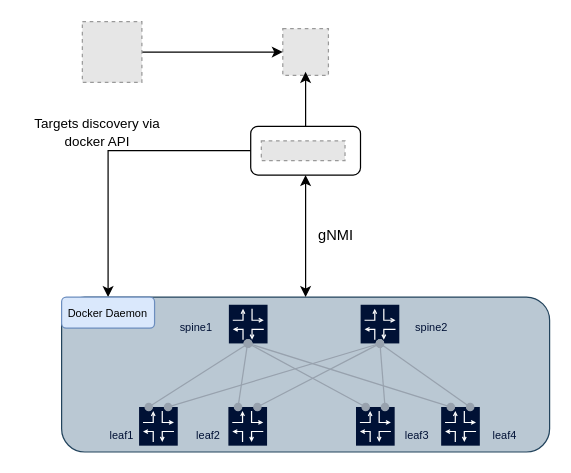
karimra/gnmic keeps this draw.io diagram as page "3.single_influxdb" (3 of 5) of diagrams/clab_deployments.drawio. Above is the earlier version. Source tidied: cells renumbered, new cells numbered last; positions are measured from the earlier drawing's top-left corner, leaving out a move shared by most shapes. Both pictures are drawn from the tidied source at 122%, with x=0, y=0 at pixel (21, 21). Pictures stored in the file or linked from it are replaced by grey dashed boxes.
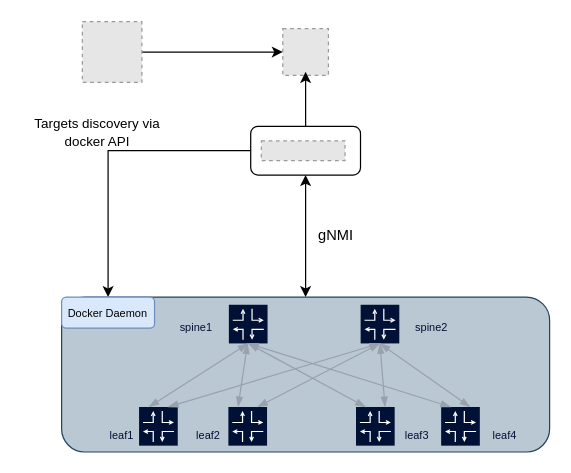
After the change.

Unchanged cells that the change refers to:
```xml
<mxCell id="11" style="group;" parent="1" vertex="1">
  <mxGeometry x="33" y="226" width="400" height="127" as="geometry" />
</mxCell>
<mxCell id="15" style="whiteSpace=wrap;html=1;fillColor=#001135;strokeColor=none;fontFamily=Manrope;" parent="14" vertex="1">
  <mxGeometry width="31.7" height="31.7" as="geometry" />
</mxCell>
<mxCell id="23" style="whiteSpace=wrap;html=1;fillColor=#001135;strokeColor=none;fontFamily=Manrope;" parent="22" vertex="1">
  <mxGeometry width="31.7" height="31.7" as="geometry" />
</mxCell>
<mxCell id="32" style="whiteSpace=wrap;html=1;fillColor=#001135;strokeColor=none;fontFamily=Manrope;" parent="31" vertex="1">
  <mxGeometry width="31.7" height="31.7" as="geometry" />
</mxCell>
<mxCell id="40" style="whiteSpace=wrap;html=1;fillColor=#001135;strokeColor=none;fontFamily=Manrope;" parent="39" vertex="1">
  <mxGeometry width="31.7" height="31.7" as="geometry" />
</mxCell>
<mxCell id="50" style="whiteSpace=wrap;html=1;fillColor=#001135;strokeColor=none;fontFamily=Manrope;" parent="49" vertex="1">
  <mxGeometry width="31.7" height="31.7" as="geometry" />
</mxCell>
<mxCell id="58" style="whiteSpace=wrap;html=1;fillColor=#001135;strokeColor=none;fontFamily=Manrope;" parent="57" vertex="1">
  <mxGeometry width="31.7" height="31.7" as="geometry" />
</mxCell>
```

The edit, as a diff of the source:
```diff
@@
-    <mxCell id="37" style="rounded=0;jettySize=auto;html=1;fontFamily=Manrope;fontSize=12;fontColor=#FFFFFF;endArrow=oval;endFill=1;startArrow=oval;startFill=1;entryX=0.25;entryY=0;entryDx=0;entryDy=0;strokeColor=#98A2AE;" parent="11" edge="1" target="23">
+    <mxCell id="37" style="rounded=0;jettySize=auto;html=1;fontFamily=Manrope;fontSize=12;fontColor=#FFFFFF;endArrow=blockThin;endFill=1;startArrow=blockThin;startFill=1;entryX=0.25;entryY=0;entryDx=0;entryDy=0;strokeColor=#98A2AE;" parent="11" edge="1" target="23">
       <mxGeometry relative="1" as="geometry">
         <mxPoint x="152.4" y="38.1" as="sourcePoint" />
       </mxGeometry>
     </mxCell>
-    <mxCell id="38" style="rounded=0;jettySize=auto;html=1;fontFamily=Manrope;fontSize=12;fontColor=#FFFFFF;endArrow=oval;endFill=1;startArrow=oval;startFill=1;entryX=0.25;entryY=0;entryDx=0;entryDy=0;strokeColor=#98A2AE;endSize=6;startSize=6;exitX=0.5;exitY=1;exitDx=0;exitDy=0;" parent="11" edge="1" source="32" target="15">
+    <mxCell id="38" style="rounded=0;jettySize=auto;html=1;fontFamily=Manrope;fontSize=12;fontColor=#FFFFFF;endArrow=blockThin;endFill=1;startArrow=blockThin;startFill=1;entryX=0.25;entryY=0;entryDx=0;entryDy=0;strokeColor=#98A2AE;endSize=6;startSize=6;exitX=0.5;exitY=1;exitDx=0;exitDy=0;" parent="11" edge="1" source="32" target="15">
       <mxGeometry relative="1" as="geometry" />
     </mxCell>
@@
-    <mxCell id="46" style="rounded=0;jettySize=auto;html=1;fontFamily=Manrope;fontSize=12;fontColor=#FFFFFF;endArrow=oval;endFill=1;startArrow=oval;startFill=1;entryX=0.75;entryY=0;entryDx=0;entryDy=0;strokeColor=#98A2AE;endSize=6;startSize=6;exitX=0.5;exitY=1;exitDx=0;exitDy=0;" parent="11" edge="1" source="40" target="15">
+    <mxCell id="46" style="rounded=0;jettySize=auto;html=1;fontFamily=Manrope;fontSize=12;fontColor=#FFFFFF;endArrow=blockThin;endFill=1;startArrow=blockThin;startFill=1;entryX=0.75;entryY=0;entryDx=0;entryDy=0;strokeColor=#98A2AE;endSize=6;startSize=6;exitX=0.5;exitY=1;exitDx=0;exitDy=0;" parent="11" edge="1" source="40" target="15">
       <mxGeometry relative="1" as="geometry" />
     </mxCell>
-    <mxCell id="47" style="rounded=0;jettySize=auto;html=1;fontFamily=Manrope;fontSize=12;fontColor=#FFFFFF;endArrow=oval;endFill=1;startArrow=oval;startFill=1;entryX=0.75;entryY=0;entryDx=0;entryDy=0;exitX=0.5;exitY=1;exitDx=0;exitDy=0;strokeColor=#98A2AE;" parent="11" edge="1" source="40" target="23">
+    <mxCell id="47" style="rounded=0;jettySize=auto;html=1;fontFamily=Manrope;fontSize=12;fontColor=#FFFFFF;endArrow=blockThin;endFill=1;startArrow=blockThin;startFill=1;entryX=0.75;entryY=0;entryDx=0;entryDy=0;exitX=0.5;exitY=1;exitDx=0;exitDy=0;strokeColor=#98A2AE;" parent="11" edge="1" source="40" target="23">
       <mxGeometry relative="1" as="geometry" />
     </mxCell>
@@
-    <mxCell id="64" style="rounded=0;jettySize=auto;html=1;fontFamily=Manrope;fontSize=12;fontColor=#FFFFFF;endArrow=oval;endFill=1;startArrow=oval;startFill=1;entryX=0.25;entryY=0;entryDx=0;entryDy=0;strokeColor=#98A2AE;exitX=0.5;exitY=1;exitDx=0;exitDy=0;" parent="11" edge="1" source="32" target="58">
+    <mxCell id="64" style="rounded=0;jettySize=auto;html=1;fontFamily=Manrope;fontSize=12;fontColor=#FFFFFF;endArrow=blockThin;endFill=1;startArrow=blockThin;startFill=1;entryX=0.25;entryY=0;entryDx=0;entryDy=0;strokeColor=#98A2AE;exitX=0.5;exitY=1;exitDx=0;exitDy=0;" parent="11" edge="1" source="32" target="58">
       <mxGeometry relative="1" as="geometry" />
     </mxCell>
-    <mxCell id="65" style="rounded=0;jettySize=auto;html=1;fontFamily=Manrope;fontSize=12;fontColor=#FFFFFF;endArrow=oval;endFill=1;startArrow=oval;startFill=1;entryX=0.25;entryY=0;entryDx=0;entryDy=0;strokeColor=#98A2AE;endSize=6;startSize=6;exitX=0.5;exitY=1;exitDx=0;exitDy=0;" parent="11" edge="1" source="32" target="50">
+    <mxCell id="65" style="rounded=0;jettySize=auto;html=1;fontFamily=Manrope;fontSize=12;fontColor=#FFFFFF;endArrow=blockThin;endFill=1;startArrow=blockThin;startFill=1;entryX=0.25;entryY=0;entryDx=0;entryDy=0;strokeColor=#98A2AE;endSize=6;startSize=6;exitX=0.5;exitY=1;exitDx=0;exitDy=0;" parent="11" edge="1" source="32" target="50">
       <mxGeometry relative="1" as="geometry" />
     </mxCell>
-    <mxCell id="66" style="rounded=0;jettySize=auto;html=1;fontFamily=Manrope;fontSize=12;fontColor=#FFFFFF;endArrow=oval;endFill=1;startArrow=oval;startFill=1;entryX=0.75;entryY=0;entryDx=0;entryDy=0;strokeColor=#98A2AE;endSize=6;startSize=6;exitX=0.5;exitY=1;exitDx=0;exitDy=0;" parent="11" edge="1" source="40" target="50">
+    <mxCell id="66" style="rounded=0;jettySize=auto;html=1;fontFamily=Manrope;fontSize=12;fontColor=#FFFFFF;endArrow=blockThin;endFill=1;startArrow=blockThin;startFill=1;entryX=0.75;entryY=0;entryDx=0;entryDy=0;strokeColor=#98A2AE;endSize=6;startSize=6;exitX=0.5;exitY=1;exitDx=0;exitDy=0;" parent="11" edge="1" source="40" target="50">
       <mxGeometry relative="1" as="geometry" />
     </mxCell>
-    <mxCell id="67" style="rounded=0;jettySize=auto;html=1;fontFamily=Manrope;fontSize=12;fontColor=#FFFFFF;endArrow=oval;endFill=1;startArrow=oval;startFill=1;entryX=0.75;entryY=0;entryDx=0;entryDy=0;exitX=0.5;exitY=1;exitDx=0;exitDy=0;strokeColor=#98A2AE;" parent="11" edge="1" source="40" target="58">
+    <mxCell id="67" style="rounded=0;jettySize=auto;html=1;fontFamily=Manrope;fontSize=12;fontColor=#FFFFFF;endArrow=blockThin;endFill=1;startArrow=blockThin;startFill=1;entryX=0.75;entryY=0;entryDx=0;entryDy=0;exitX=0.5;exitY=1;exitDx=0;exitDy=0;strokeColor=#98A2AE;" parent="11" edge="1" source="40" target="58">
       <mxGeometry relative="1" as="geometry" />
     </mxCell>
```
